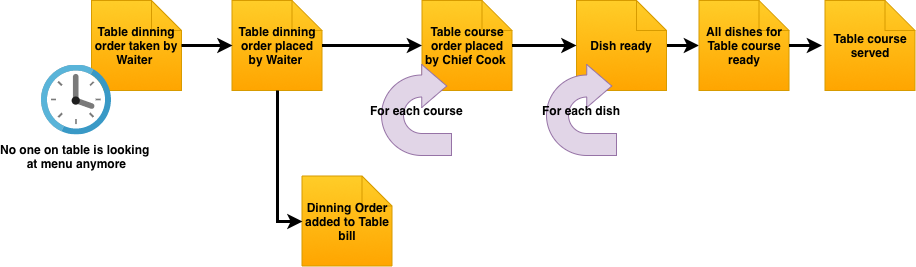
Earlier version of the draw.io export img/posts/events-restaurant/diningOrderEvents.png (tripledio/tripledio.github.io). Source tidied: cells renumbered, new cells last; positions are measured from the earlier drawing's top-left corner, leaving out a move shared by most shapes. The source it was exported from:
```xml
<mxGraphModel>
  <root>
    <mxCell id="0" />
    <mxCell id="1" parent="0" />
    <mxCell id="2" value="&lt;b&gt;Table dinning order taken by Waiter&amp;nbsp;&lt;/b&gt;&lt;br&gt;" style="shape=note;whiteSpace=wrap;html=1;backgroundOutline=1;fillColor=#ffcd28;strokeColor=#d79b00;gradientColor=#ffa500;" parent="1" vertex="1">
      <mxGeometry x="50" width="90" height="90" as="geometry" />
    </mxCell>
    <mxCell id="3" value="&lt;b&gt;Table dinning order placed by Waiter&amp;nbsp;&lt;/b&gt;&lt;br&gt;" style="shape=note;whiteSpace=wrap;html=1;backgroundOutline=1;fillColor=#ffcd28;strokeColor=#d79b00;gradientColor=#ffa500;" parent="1" vertex="1">
      <mxGeometry x="190.5" width="90" height="90" as="geometry" />
    </mxCell>
    <mxCell id="4" style="edgeStyle=orthogonalEdgeStyle;rounded=0;html=1;entryX=0;entryY=0.5;entryDx=0;entryDy=0;entryPerimeter=0;jettySize=auto;strokeWidth=3;" parent="1" edge="1" source="2" target="3">
      <mxGeometry relative="1" as="geometry" />
    </mxCell>
    <mxCell id="5" value="&lt;b&gt;Table course order placed by Chief Cook&amp;nbsp;&lt;/b&gt;&lt;br&gt;" style="shape=note;whiteSpace=wrap;html=1;backgroundOutline=1;fillColor=#ffcd28;strokeColor=#d79b00;gradientColor=#ffa500;" parent="1" vertex="1">
      <mxGeometry x="380.5" width="90" height="90" as="geometry" />
    </mxCell>
    <mxCell id="6" style="edgeStyle=orthogonalEdgeStyle;rounded=0;html=1;jettySize=auto;strokeWidth=3;" parent="1" edge="1" source="3" target="5">
      <mxGeometry relative="1" as="geometry" />
    </mxCell>
    <mxCell id="7" style="edgeStyle=orthogonalEdgeStyle;rounded=0;html=1;jettySize=auto;strokeColor=#000000;strokeWidth=3;" parent="1" edge="1" source="8" target="10">
      <mxGeometry relative="1" as="geometry" />
    </mxCell>
    <mxCell id="8" value="&lt;b&gt;Dish ready&lt;/b&gt;&lt;br&gt;" style="shape=note;whiteSpace=wrap;html=1;backgroundOutline=1;fillColor=#ffcd28;strokeColor=#d79b00;gradientColor=#ffa500;" parent="1" vertex="1">
      <mxGeometry x="535" width="90" height="90" as="geometry" />
    </mxCell>
    <mxCell id="9" style="edgeStyle=orthogonalEdgeStyle;rounded=0;html=1;entryX=0;entryY=0.5;entryDx=0;entryDy=0;entryPerimeter=0;jettySize=auto;strokeWidth=3;" parent="1" edge="1" source="5" target="8">
      <mxGeometry relative="1" as="geometry" />
    </mxCell>
    <mxCell id="10" value="&lt;b&gt;All dishes for Table course ready&lt;/b&gt;&lt;br&gt;" style="shape=note;whiteSpace=wrap;html=1;backgroundOutline=1;fillColor=#ffcd28;strokeColor=#d79b00;gradientColor=#ffa500;" parent="1" vertex="1">
      <mxGeometry x="657.5" width="90" height="90" as="geometry" />
    </mxCell>
    <mxCell id="11" value="&lt;b&gt;For each course&lt;/b&gt;" style="html=1;shadow=0;dashed=0;align=center;verticalAlign=middle;shape=mxgraph.arrows2.uTurnArrow;dy=11;arrowHead=43;dx2=25;fillColor=#e1d5e7;strokeColor=#9673a6;" parent="1" vertex="1">
      <mxGeometry x="340" y="64" width="70" height="91" as="geometry" />
    </mxCell>
    <mxCell id="12" value="&lt;b&gt;For each dish&lt;/b&gt;" style="html=1;shadow=0;dashed=0;align=center;verticalAlign=middle;shape=mxgraph.arrows2.uTurnArrow;dy=11;arrowHead=43;dx2=25;fillColor=#e1d5e7;strokeColor=#9673a6;" parent="1" vertex="1">
      <mxGeometry x="505" y="64" width="70" height="91" as="geometry" />
    </mxCell>
    <mxCell id="13" value="&lt;b&gt;No one on table is looking &lt;br&gt;at menu anymore&lt;/b&gt;" style="html=1;perimeter=none;align=center;shadow=0;dashed=0;image;fontSize=12;image=img/lib/mscae/Clock.svg;" parent="1" vertex="1">
      <mxGeometry y="64.5" width="70" height="70" as="geometry" />
    </mxCell>
    <mxCell id="14" value="&lt;b&gt;Dinning Order added to Table bill&lt;/b&gt;&lt;br&gt;" style="shape=note;whiteSpace=wrap;html=1;backgroundOutline=1;fillColor=#ffcd28;strokeColor=#d79b00;gradientColor=#ffa500;" parent="1" vertex="1">
      <mxGeometry x="260.5" y="175.5" width="90" height="90" as="geometry" />
    </mxCell>
    <mxCell id="15" style="edgeStyle=orthogonalEdgeStyle;rounded=0;html=1;entryX=0;entryY=0.5;entryDx=0;entryDy=0;entryPerimeter=0;jettySize=auto;strokeColor=#000000;strokeWidth=3;" parent="1" edge="1" source="3" target="14">
      <mxGeometry relative="1" as="geometry" />
    </mxCell>
    <mxCell id="16" value="&lt;b&gt;Table course served&lt;/b&gt;&lt;br&gt;" style="shape=note;whiteSpace=wrap;html=1;backgroundOutline=1;fillColor=#ffcd28;strokeColor=#d79b00;gradientColor=#ffa500;" parent="1" vertex="1">
      <mxGeometry x="783.5" width="90" height="90" as="geometry" />
    </mxCell>
    <mxCell id="17" style="edgeStyle=orthogonalEdgeStyle;rounded=0;html=1;jettySize=auto;strokeColor=#000000;strokeWidth=3;" parent="1" edge="1" source="10">
      <mxGeometry relative="1" as="geometry">
        <mxPoint x="780.5" y="45" as="targetPoint" />
      </mxGeometry>
    </mxCell>
  </root>
</mxGraphModel>
```
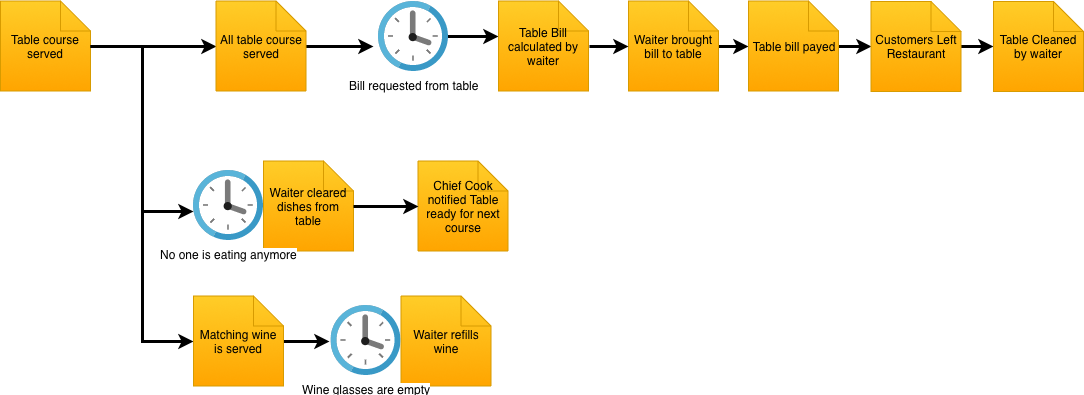
After the commit.

What changed in the source:
```diff
@@ -2,55 +2,82 @@
   <root>
     <mxCell id="0" />
     <mxCell id="1" parent="0" />
-    <mxCell id="2" value="&lt;b&gt;Table dinning order taken by Waiter&amp;nbsp;&lt;/b&gt;&lt;br&gt;" style="shape=note;whiteSpace=wrap;html=1;backgroundOutline=1;fillColor=#ffcd28;strokeColor=#d79b00;gradientColor=#ffa500;" parent="1" vertex="1">
-      <mxGeometry x="50" width="90" height="90" as="geometry" />
+    <mxCell id="2" style="edgeStyle=orthogonalEdgeStyle;rounded=0;jettySize=auto;html=1;entryX=0;entryY=0.5;entryDx=0;entryDy=0;entryPerimeter=0;strokeWidth=3;fontStyle=0;" parent="1" edge="1" source="3" target="26">
+      <mxGeometry relative="1" as="geometry" />
     </mxCell>
-    <mxCell id="3" value="&lt;b&gt;Table dinning order placed by Waiter&amp;nbsp;&lt;/b&gt;&lt;br&gt;" style="shape=note;whiteSpace=wrap;html=1;backgroundOutline=1;fillColor=#ffcd28;strokeColor=#d79b00;gradientColor=#ffa500;" parent="1" vertex="1">
-      <mxGeometry x="190.5" width="90" height="90" as="geometry" />
+    <mxCell id="3" value="&lt;span&gt;Table course served&lt;/span&gt;&lt;br&gt;" style="shape=note;whiteSpace=wrap;html=1;backgroundOutline=1;fillColor=#ffcd28;strokeColor=#d79b00;gradientColor=#ffa500;fontStyle=0;" parent="1" vertex="1">
+      <mxGeometry x="-10" y="324.5" width="90" height="90" as="geometry" />
     </mxCell>
-    <mxCell id="4" style="edgeStyle=orthogonalEdgeStyle;rounded=0;html=1;entryX=0;entryY=0.5;entryDx=0;entryDy=0;entryPerimeter=0;jettySize=auto;strokeWidth=3;" parent="1" edge="1" source="2" target="3">
+    <mxCell id="4" style="edgeStyle=orthogonalEdgeStyle;rounded=0;html=1;entryX=0;entryY=0.5;entryDx=0;entryDy=0;entryPerimeter=0;jettySize=auto;strokeColor=#000000;strokeWidth=3;fontStyle=0;" parent="1" edge="1" source="3" target="6">
       <mxGeometry relative="1" as="geometry" />
     </mxCell>
-    <mxCell id="5" value="&lt;b&gt;Table course order placed by Chief Cook&amp;nbsp;&lt;/b&gt;&lt;br&gt;" style="shape=note;whiteSpace=wrap;html=1;backgroundOutline=1;fillColor=#ffcd28;strokeColor=#d79b00;gradientColor=#ffa500;" parent="1" vertex="1">
-      <mxGeometry x="380.5" width="90" height="90" as="geometry" />
+    <mxCell id="5" style="edgeStyle=orthogonalEdgeStyle;rounded=0;html=1;jettySize=auto;strokeColor=#000000;strokeWidth=3;fontStyle=0;" parent="1" edge="1" source="6">
+      <mxGeometry relative="1" as="geometry">
+        <mxPoint x="363" y="370" as="targetPoint" />
+      </mxGeometry>
     </mxCell>
-    <mxCell id="6" style="edgeStyle=orthogonalEdgeStyle;rounded=0;html=1;jettySize=auto;strokeWidth=3;" parent="1" edge="1" source="3" target="5">
-      <mxGeometry relative="1" as="geometry" />
+    <mxCell id="6" value="&lt;span&gt;All table course served&lt;/span&gt;&lt;br&gt;" style="shape=note;whiteSpace=wrap;html=1;backgroundOutline=1;fillColor=#ffcd28;strokeColor=#d79b00;gradientColor=#ffa500;fontStyle=0;" parent="1" vertex="1">
+      <mxGeometry x="205.5" y="324.5" width="90" height="90" as="geometry" />
     </mxCell>
-    <mxCell id="7" style="edgeStyle=orthogonalEdgeStyle;rounded=0;html=1;jettySize=auto;strokeColor=#000000;strokeWidth=3;" parent="1" edge="1" source="8" target="10">
+    <mxCell id="7" style="edgeStyle=orthogonalEdgeStyle;rounded=0;html=1;entryX=0;entryY=0.394;entryDx=0;entryDy=0;entryPerimeter=0;jettySize=auto;strokeColor=#000000;strokeWidth=3;fontStyle=0;" parent="1" edge="1" source="8" target="14">
       <mxGeometry relative="1" as="geometry" />
     </mxCell>
-    <mxCell id="8" value="&lt;b&gt;Dish ready&lt;/b&gt;&lt;br&gt;" style="shape=note;whiteSpace=wrap;html=1;backgroundOutline=1;fillColor=#ffcd28;strokeColor=#d79b00;gradientColor=#ffa500;" parent="1" vertex="1">
-      <mxGeometry x="535" width="90" height="90" as="geometry" />
+    <mxCell id="8" value="&lt;span&gt;Bill requested from table&lt;/span&gt;" style="html=1;perimeter=none;align=center;shadow=0;dashed=0;image;fontSize=12;image=img/lib/mscae/Clock.svg;fontStyle=0;" parent="1" vertex="1">
+      <mxGeometry x="368" y="325" width="70" height="70" as="geometry" />
     </mxCell>
-    <mxCell id="9" style="edgeStyle=orthogonalEdgeStyle;rounded=0;html=1;entryX=0;entryY=0.5;entryDx=0;entryDy=0;entryPerimeter=0;jettySize=auto;strokeWidth=3;" parent="1" edge="1" source="5" target="8">
+    <mxCell id="9" style="edgeStyle=orthogonalEdgeStyle;rounded=0;html=1;entryX=0;entryY=0.5;entryDx=0;entryDy=0;entryPerimeter=0;jettySize=auto;strokeColor=#000000;strokeWidth=3;fontStyle=0;" parent="1" edge="1" source="10" target="13">
       <mxGeometry relative="1" as="geometry" />
     </mxCell>
-    <mxCell id="10" value="&lt;b&gt;All dishes for Table course ready&lt;/b&gt;&lt;br&gt;" style="shape=note;whiteSpace=wrap;html=1;backgroundOutline=1;fillColor=#ffcd28;strokeColor=#d79b00;gradientColor=#ffa500;" parent="1" vertex="1">
-      <mxGeometry x="657.5" width="90" height="90" as="geometry" />
+    <mxCell id="10" value="&lt;span&gt;Waiter brought bill to table&lt;/span&gt;" style="shape=note;whiteSpace=wrap;html=1;backgroundOutline=1;fillColor=#ffcd28;strokeColor=#d79b00;gradientColor=#ffa500;fontStyle=0;" parent="1" vertex="1">
+      <mxGeometry x="618" y="324.5" width="90" height="90" as="geometry" />
     </mxCell>
-    <mxCell id="11" value="&lt;b&gt;For each course&lt;/b&gt;" style="html=1;shadow=0;dashed=0;align=center;verticalAlign=middle;shape=mxgraph.arrows2.uTurnArrow;dy=11;arrowHead=43;dx2=25;fillColor=#e1d5e7;strokeColor=#9673a6;" parent="1" vertex="1">
-      <mxGeometry x="340" y="64" width="70" height="91" as="geometry" />
+    <mxCell id="11" style="edgeStyle=orthogonalEdgeStyle;rounded=0;html=1;entryX=0;entryY=0.5;entryDx=0;entryDy=0;entryPerimeter=0;jettySize=auto;strokeWidth=3;exitX=1.011;exitY=0.5;exitDx=0;exitDy=0;exitPerimeter=0;fontStyle=0;" parent="1" edge="1" source="14" target="10">
+      <mxGeometry relative="1" as="geometry" />
     </mxCell>
-    <mxCell id="12" value="&lt;b&gt;For each dish&lt;/b&gt;" style="html=1;shadow=0;dashed=0;align=center;verticalAlign=middle;shape=mxgraph.arrows2.uTurnArrow;dy=11;arrowHead=43;dx2=25;fillColor=#e1d5e7;strokeColor=#9673a6;" parent="1" vertex="1">
-      <mxGeometry x="505" y="64" width="70" height="91" as="geometry" />
+    <mxCell id="12" style="edgeStyle=orthogonalEdgeStyle;rounded=0;html=1;entryX=0;entryY=0.5;entryDx=0;entryDy=0;entryPerimeter=0;jettySize=auto;strokeColor=#000000;strokeWidth=3;fontStyle=0;" parent="1" edge="1" source="13" target="16">
+      <mxGeometry relative="1" as="geometry" />
     </mxCell>
-    <mxCell id="13" value="&lt;b&gt;No one on table is looking &lt;br&gt;at menu anymore&lt;/b&gt;" style="html=1;perimeter=none;align=center;shadow=0;dashed=0;image;fontSize=12;image=img/lib/mscae/Clock.svg;" parent="1" vertex="1">
-      <mxGeometry y="64.5" width="70" height="70" as="geometry" />
+    <mxCell id="13" value="&lt;span&gt;Table bill payed&lt;/span&gt;" style="shape=note;whiteSpace=wrap;html=1;backgroundOutline=1;fillColor=#ffcd28;strokeColor=#d79b00;gradientColor=#ffa500;fontStyle=0;" parent="1" vertex="1">
+      <mxGeometry x="738" y="324.5" width="90" height="90" as="geometry" />
     </mxCell>
-    <mxCell id="14" value="&lt;b&gt;Dinning Order added to Table bill&lt;/b&gt;&lt;br&gt;" style="shape=note;whiteSpace=wrap;html=1;backgroundOutline=1;fillColor=#ffcd28;strokeColor=#d79b00;gradientColor=#ffa500;" parent="1" vertex="1">
-      <mxGeometry x="260.5" y="175.5" width="90" height="90" as="geometry" />
+    <mxCell id="14" value="&lt;span&gt;Table Bill calculated by waiter&lt;/span&gt;" style="shape=note;whiteSpace=wrap;html=1;backgroundOutline=1;fillColor=#ffcd28;strokeColor=#d79b00;gradientColor=#ffa500;fontStyle=0;" parent="1" vertex="1">
+      <mxGeometry x="488" y="324.5" width="90" height="90" as="geometry" />
     </mxCell>
-    <mxCell id="15" style="edgeStyle=orthogonalEdgeStyle;rounded=0;html=1;entryX=0;entryY=0.5;entryDx=0;entryDy=0;entryPerimeter=0;jettySize=auto;strokeColor=#000000;strokeWidth=3;" parent="1" edge="1" source="3" target="14">
+    <mxCell id="15" style="edgeStyle=orthogonalEdgeStyle;rounded=0;html=1;jettySize=auto;strokeColor=#000000;strokeWidth=3;fontStyle=0;" parent="1" edge="1" source="16" target="17">
       <mxGeometry relative="1" as="geometry" />
     </mxCell>
-    <mxCell id="16" value="&lt;b&gt;Table course served&lt;/b&gt;&lt;br&gt;" style="shape=note;whiteSpace=wrap;html=1;backgroundOutline=1;fillColor=#ffcd28;strokeColor=#d79b00;gradientColor=#ffa500;" parent="1" vertex="1">
-      <mxGeometry x="783.5" width="90" height="90" as="geometry" />
+    <mxCell id="16" value="&lt;span&gt;Customers Left Restaurant&lt;/span&gt;&lt;br&gt;" style="shape=note;whiteSpace=wrap;html=1;backgroundOutline=1;fillColor=#ffcd28;strokeColor=#d79b00;gradientColor=#ffa500;fontStyle=0;" parent="1" vertex="1">
+      <mxGeometry x="860.5" y="325" width="90" height="90" as="geometry" />
     </mxCell>
-    <mxCell id="17" style="edgeStyle=orthogonalEdgeStyle;rounded=0;html=1;jettySize=auto;strokeColor=#000000;strokeWidth=3;" parent="1" edge="1" source="10">
-      <mxGeometry relative="1" as="geometry">
-        <mxPoint x="780.5" y="45" as="targetPoint" />
-      </mxGeometry>
+    <mxCell id="17" value="&lt;span&gt;Table Cleaned by waiter&lt;/span&gt;&lt;br&gt;" style="shape=note;whiteSpace=wrap;html=1;backgroundOutline=1;fillColor=#ffcd28;strokeColor=#d79b00;gradientColor=#ffa500;fontStyle=0;" parent="1" vertex="1">
+      <mxGeometry x="983" y="325" width="90" height="90" as="geometry" />
     </mxCell>
+    <mxCell id="18" value="&lt;span&gt;Waiter cleared dishes from table&lt;/span&gt;" style="shape=note;whiteSpace=wrap;html=1;backgroundOutline=1;fillColor=#ffcd28;strokeColor=#d79b00;gradientColor=#ffa500;fontStyle=0;" parent="1" vertex="1">
+      <mxGeometry x="253" y="484.5" width="90" height="90" as="geometry" />
+    </mxCell>
+    <mxCell id="19" value="&lt;span&gt;No one is eating anymore&lt;/span&gt;" style="html=1;perimeter=none;align=center;shadow=0;dashed=0;image;fontSize=12;image=img/lib/mscae/Clock.svg;fontStyle=0;" parent="1" vertex="1">
+      <mxGeometry x="183" y="494" width="70" height="70" as="geometry" />
+    </mxCell>
+    <mxCell id="20" value="&lt;span&gt;Chief Cook notified Table ready for next course&lt;/span&gt;&lt;br&gt;" style="shape=note;whiteSpace=wrap;html=1;backgroundOutline=1;fillColor=#ffcd28;strokeColor=#d79b00;gradientColor=#ffa500;fontStyle=0;" parent="1" vertex="1">
+      <mxGeometry x="407.5" y="484.5" width="90" height="90" as="geometry" />
+    </mxCell>
+    <mxCell id="21" style="edgeStyle=orthogonalEdgeStyle;rounded=0;html=1;entryX=0;entryY=0.5;entryDx=0;entryDy=0;entryPerimeter=0;jettySize=auto;strokeColor=#000000;strokeWidth=3;fontStyle=0;" parent="1" edge="1" source="18" target="20">
+      <mxGeometry relative="1" as="geometry" />
+    </mxCell>
+    <mxCell id="22" style="edgeStyle=orthogonalEdgeStyle;rounded=0;html=1;entryX=0;entryY=0.579;entryDx=0;entryDy=0;entryPerimeter=0;jettySize=auto;strokeWidth=3;fontStyle=0;" parent="1" edge="1" source="3" target="19">
+      <mxGeometry relative="1" as="geometry" />
+    </mxCell>
+    <mxCell id="23" value="&lt;span&gt;Waiter refills wine&lt;/span&gt;" style="shape=note;whiteSpace=wrap;html=1;backgroundOutline=1;fillColor=#ffcd28;strokeColor=#d79b00;gradientColor=#ffa500;fontStyle=0;" parent="1" vertex="1">
+      <mxGeometry x="390.5" y="619.5" width="90" height="90" as="geometry" />
+    </mxCell>
+    <mxCell id="24" value="&lt;span&gt;Wine glasses are empty&lt;/span&gt;" style="html=1;perimeter=none;align=center;shadow=0;dashed=0;image;fontSize=12;image=img/lib/mscae/Clock.svg;fontStyle=0;" parent="1" vertex="1">
+      <mxGeometry x="320.5" y="629" width="70" height="70" as="geometry" />
+    </mxCell>
+    <mxCell id="25" style="edgeStyle=orthogonalEdgeStyle;rounded=0;jettySize=auto;html=1;entryX=-0.021;entryY=0.514;entryDx=0;entryDy=0;entryPerimeter=0;strokeWidth=3;fontStyle=0;" parent="1" edge="1" source="26" target="24">
+      <mxGeometry relative="1" as="geometry" />
+    </mxCell>
+    <mxCell id="26" value="&lt;span&gt;Matching wine is served&lt;/span&gt;&lt;br&gt;" style="shape=note;whiteSpace=wrap;html=1;backgroundOutline=1;fillColor=#ffcd28;strokeColor=#d79b00;gradientColor=#ffa500;fontStyle=0;" parent="1" vertex="1">
+      <mxGeometry x="183" y="619.5" width="90" height="90" as="geometry" />
+    </mxCell>
   </root>
 </mxGraphModel>
```
